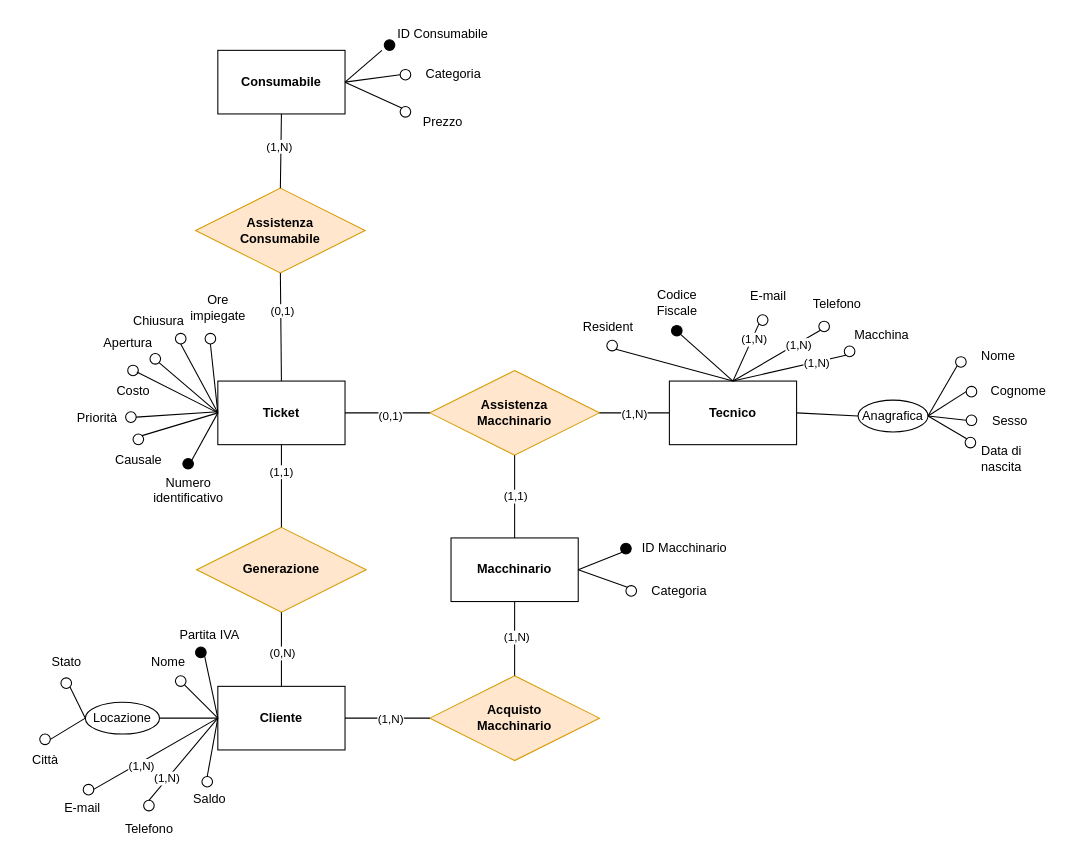
Earlier version of the draw.io diagram Diagrammi/generalizzazione2.drawio (fedeStaffo/Progetto_Basi_di_dati). Source tidied: cells renumbered, new cells numbered last; positions are measured from the earlier drawing's top-left corner, leaving out a move shared by most shapes. Both pictures are drawn from the tidied source at 106%, with x=0, y=0 at pixel (18, 18).
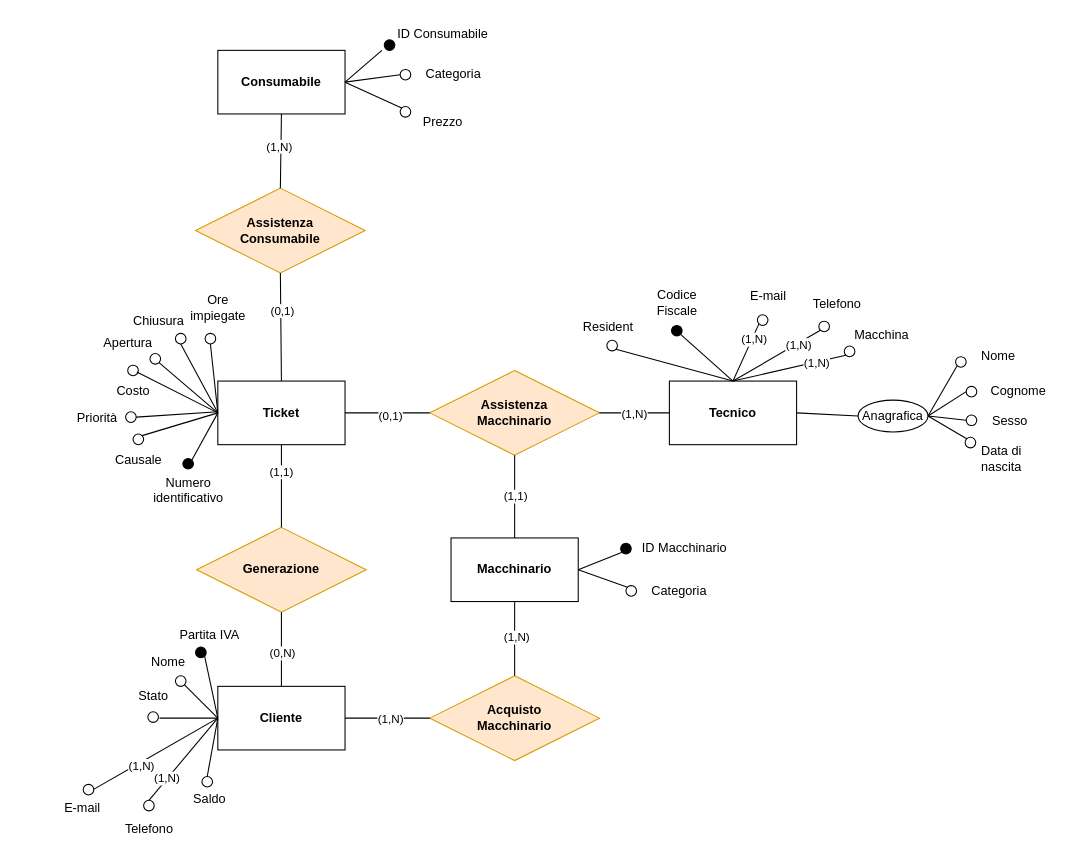
The same page after the edit.

Commit message (it also covers changes not shown here):
eliminato attributo città

The change refers to these unchanged cells:
```xml
<mxCell id="2" value="&lt;b&gt;Cliente&lt;/b&gt;" style="rounded=0;whiteSpace=wrap;html=1;" parent="1" vertex="1">
  <mxGeometry x="188" y="630" width="120" height="60" as="geometry" />
</mxCell>
```

Diff of the diagram source:
```diff
@@
     <mxCell id="52" style="ellipse;whiteSpace=wrap;html=1;" parent="1" vertex="1">
-      <mxGeometry x="40" y="622" width="10" height="10" as="geometry" />
+      <mxGeometry x="122" y="654" width="10" height="10" as="geometry" />
     </mxCell>
@@
-    <mxCell id="55" value="Locazione" style="ellipse;whiteSpace=wrap;html=1;fillColor=#FFFFFF;" parent="1" vertex="1">
-      <mxGeometry x="63" y="645" width="70" height="30" as="geometry" />
-    </mxCell>
     <mxCell id="56" value="Stato" style="text;html=1;align=center;verticalAlign=middle;strokeColor=none;fillColor=none;" parent="1" vertex="1">
-      <mxGeometry x="20" y="592" width="50" height="30" as="geometry" />
+      <mxGeometry x="102" y="624" width="50" height="30" as="geometry" />
     </mxCell>
-    <mxCell id="57" style="ellipse;whiteSpace=wrap;html=1;" parent="1" vertex="1">
-      <mxGeometry x="20" y="675" width="10" height="10" as="geometry" />
-    </mxCell>
@@
-    <mxCell id="63" style="endArrow=none;html=1;rounded=0;entryX=0;entryY=0.5;entryDx=0;entryDy=0;exitX=1;exitY=0.5;exitDx=0;exitDy=0;" parent="1" edge="1" source="55" target="2">
-      <mxGeometry relative="1" as="geometry" />
+    <mxCell id="63" style="endArrow=none;html=1;rounded=0;entryX=0;entryY=0.5;entryDx=0;entryDy=0;exitX=1;exitY=0.5;exitDx=0;exitDy=0;" parent="1" edge="1" target="2">
+      <mxGeometry relative="1" as="geometry">
+        <mxPoint x="133" y="660" as="sourcePoint" />
+      </mxGeometry>
     </mxCell>
@@
-    <mxCell id="71" style="endArrow=none;html=1;rounded=0;entryX=1;entryY=1;entryDx=0;entryDy=0;exitX=0;exitY=0.5;exitDx=0;exitDy=0;" parent="1" edge="1" source="55" target="52">
-      <mxGeometry relative="1" as="geometry" />
-    </mxCell>
-    <mxCell id="72" style="endArrow=none;html=1;rounded=0;entryX=1;entryY=0.5;entryDx=0;entryDy=0;exitX=0;exitY=0.5;exitDx=0;exitDy=0;" parent="1" edge="1" source="55" target="57">
-      <mxGeometry relative="1" as="geometry" />
-    </mxCell>
@@
-    <mxCell id="117" value="Città" style="text;html=1;align=center;verticalAlign=middle;strokeColor=none;fillColor=none;" parent="1" vertex="1">
-      <mxGeometry y="685" width="50" height="30" as="geometry" />
-    </mxCell>
```
